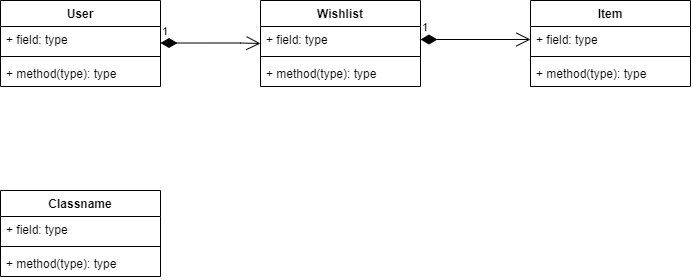
Before: src/main/resources/static/Diagrams/ClassDiagram.png, a diagram exported from draw.io (kasperkhansen/Projekt2_gruppe7). Source tidied: cells renumbered, new cells last; positions are measured from the earlier drawing's top-left corner, leaving out a move shared by most shapes.
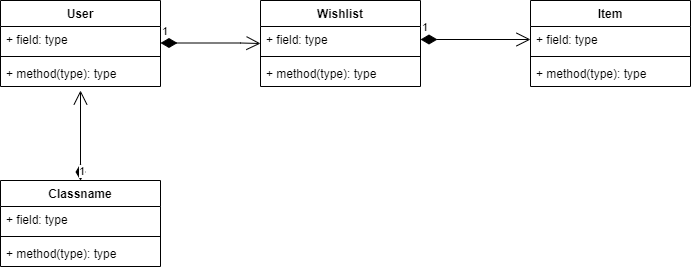
Above is the later version.

What changed in the source:
```diff
@@ -52,7 +52,7 @@
       </mxGeometry>
     </mxCell>
     <mxCell id="16" value="Classname" style="swimlane;fontStyle=1;align=center;verticalAlign=top;horizontal=1;startSize=26;" parent="1" vertex="1">
-      <mxGeometry y="190" width="160" height="86" as="geometry" />
+      <mxGeometry y="180" width="160" height="86" as="geometry" />
     </mxCell>
     <mxCell id="17" value="+ field: type" style="text;strokeColor=none;fillColor=none;align=left;verticalAlign=top;spacingLeft=4;spacingRight=4;overflow=hidden;" parent="16" vertex="1">
       <mxGeometry y="26" width="160" height="26" as="geometry" />
@@ -63,5 +63,10 @@
     <mxCell id="19" value="+ method(type): type" style="text;strokeColor=none;fillColor=none;align=left;verticalAlign=top;spacingLeft=4;spacingRight=4;overflow=hidden;" parent="16" vertex="1">
       <mxGeometry y="60" width="160" height="26" as="geometry" />
     </mxCell>
+    <mxCell id="20" value="1" style="endArrow=open;html=1;endSize=12;startArrow=diamondThin;startSize=14;startFill=1;edgeStyle=orthogonalEdgeStyle;align=left;verticalAlign=bottom;rounded=0;exitX=0.5;exitY=0;exitDx=0;exitDy=0;" parent="1" edge="1" source="16">
+      <mxGeometry x="-1" y="3" relative="1" as="geometry">
+        <mxPoint x="80" y="90" as="targetPoint" />
+      </mxGeometry>
+    </mxCell>
   </root>
 </mxGraphModel>
```
